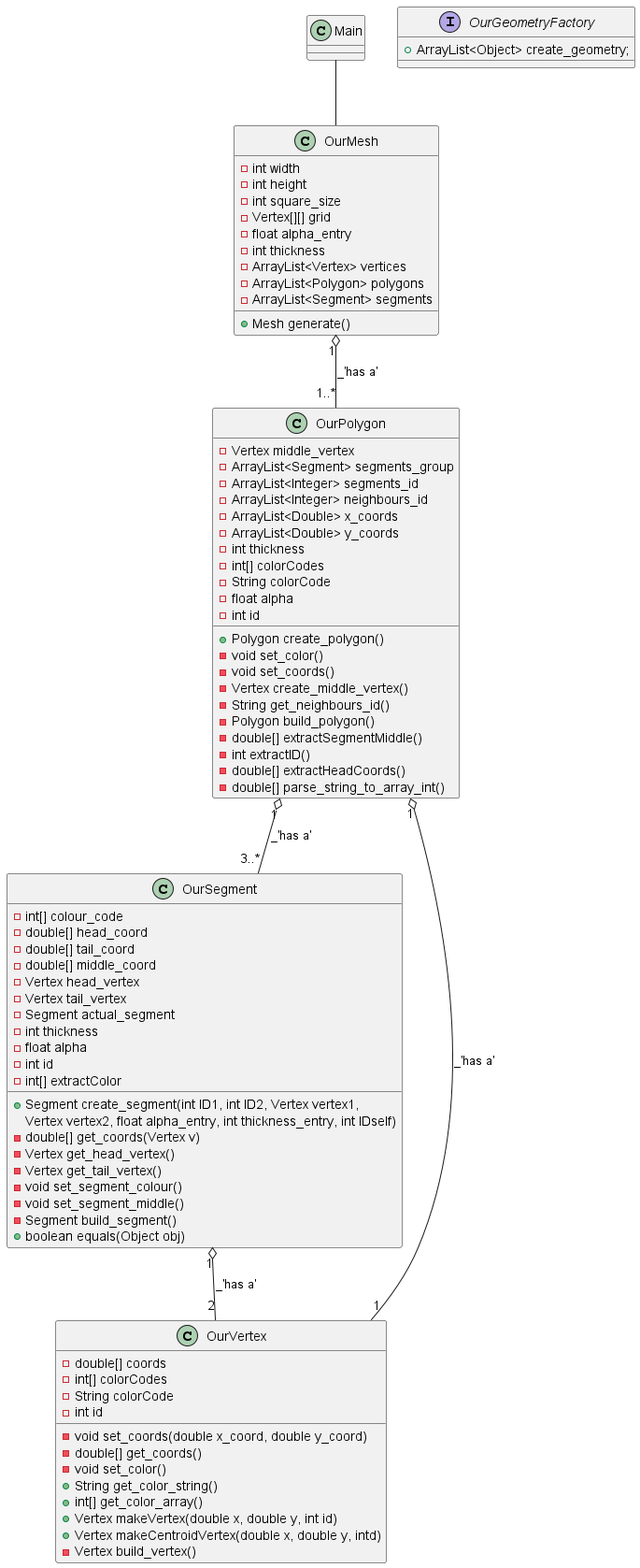
Earlier version of the PlantUML export class_diagrams/2generator.png (BaoGeist/Island-Mesh-Generation). Source of this version:
```plantuml
@startuml

class Main

class OurMesh {
    -int width
    -int height
    -int square_size
    -Vertex[][] grid
    -float alpha_entry
    -int thickness
    -ArrayList<Vertex> vertices
    -ArrayList<Polygon> polygons
    +Mesh generate()
    -ArrayList<Segment> segments
}
Main -- OurMesh

interface OurGeometryFactory {
    +ArrayList<Object> create_geometry;
}

class OurPolygon {
    -Vertex middle_vertex
    -ArrayList<Segment> segments_group
    -ArrayList<Integer> segments_id
    -ArrayList<Integer> neighbours_id
    -ArrayList<Double> x_coords
    -ArrayList<Double> y_coords
    -int thickness
    -int[] colorCodes
    -String colorCode
    -float alpha
    -int id
    +Polygon create_polygon()
    -void set_color()
    -void set_coords()
    -Vertex create_middle_vertex()
    -String get_neighbours_id()
    -Polygon build_polygon()
    -double[] extractSegmentMiddle()
    -int extractID()
    -double[] extractHeadCoords()
    -double[] parse_string_to_array_int()
}
OurMesh "1" o-- "1..*" OurPolygon: _'has a'

together{
    Class OurSegment {
        -int[] colour_code
        -double[] head_coord
        -double[] tail_coord
        -double[] middle_coord
        -Vertex head_vertex
        -Vertex tail_vertex
        -Segment actual_segment
        -int thickness
        -float alpha
        -int id
        +Segment create_segment(int ID1, int ID2, Vertex vertex1,
        Vertex vertex2, float alpha_entry, int thickness_entry, int IDself)
        -double[] get_coords(Vertex v)
        -Vertex get_head_vertex()
        -Vertex get_tail_vertex()
        -void set_segment_colour()
        -void set_segment_middle()
        -Segment build_segment()
        -int[] extractColor
        +boolean equals(Object obj)
    }
    OurPolygon "1" o-- "3..*" OurSegment: _'has a'
    OurPolygon "1" o-- "1" OurVertex: _'has a'

    class OurVertex {
        -double[] coords
        -int[] colorCodes
        -String colorCode
        -int id
        -void set_coords(double x_coord, double y_coord)
        -double[] get_coords()
        -void set_color()
        +String get_color_string()
        +int[] get_color_array()
        +Vertex makeVertex(double x, double y, int id)
        +Vertex makeCentroidVertex(double x, double y, intd)
        -Vertex build_vertex()
    }
    OurSegment "1" o-- "2" OurVertex: _'has a'
}



@enduml
```
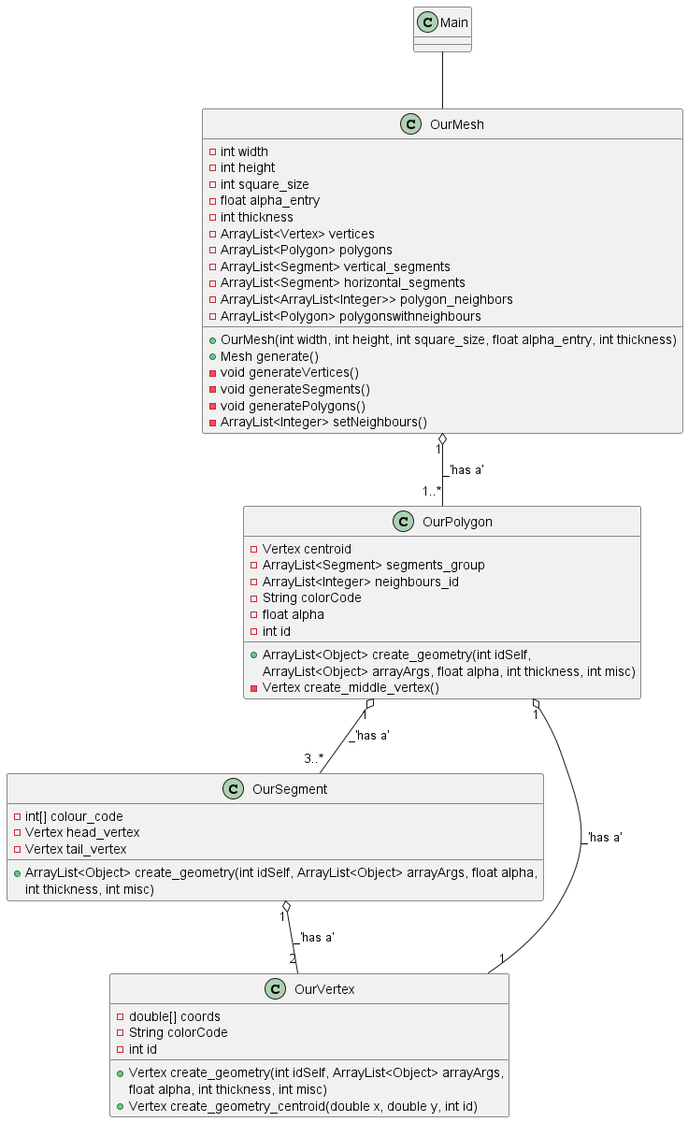
Above is the later version.

Commit message:
changes to UML diagram

The edit, as a diff of the source:
```diff
@@ -6,84 +6,54 @@
     -int width
     -int height
     -int square_size
-    -Vertex[][] grid
     -float alpha_entry
     -int thickness
     -ArrayList<Vertex> vertices
     -ArrayList<Polygon> polygons
+    -ArrayList<Segment> vertical_segments
+    -ArrayList<Segment> horizontal_segments
+    -ArrayList<ArrayList<Integer>> polygon_neighbors
+    -ArrayList<Polygon> polygonswithneighbours
+    +OurMesh(int width, int height, int square_size, float alpha_entry, int thickness)
     +Mesh generate()
-    -ArrayList<Segment> segments
+    -void generateVertices()
+    -void generateSegments()
+    -void generatePolygons()
+    -ArrayList<Integer> setNeighbours()
 }
 Main -- OurMesh
 
-interface OurGeometryFactory {
-    +ArrayList<Object> create_geometry;
-}
-
 class OurPolygon {
-    -Vertex middle_vertex
+    -Vertex centroid
     -ArrayList<Segment> segments_group
-    -ArrayList<Integer> segments_id
     -ArrayList<Integer> neighbours_id
-    -ArrayList<Double> x_coords
-    -ArrayList<Double> y_coords
-    -int thickness
-    -int[] colorCodes
     -String colorCode
     -float alpha
     -int id
-    +Polygon create_polygon()
-    -void set_color()
-    -void set_coords()
+    +ArrayList<Object> create_geometry(int idSelf,
+    ArrayList<Object> arrayArgs, float alpha, int thickness, int misc)
     -Vertex create_middle_vertex()
-    -String get_neighbours_id()
-    -Polygon build_polygon()
-    -double[] extractSegmentMiddle()
-    -int extractID()
-    -double[] extractHeadCoords()
-    -double[] parse_string_to_array_int()
 }
 OurMesh "1" o-- "1..*" OurPolygon: _'has a'
 
 together{
     Class OurSegment {
         -int[] colour_code
-        -double[] head_coord
-        -double[] tail_coord
-        -double[] middle_coord
         -Vertex head_vertex
         -Vertex tail_vertex
-        -Segment actual_segment
-        -int thickness
-        -float alpha
-        -int id
-        +Segment create_segment(int ID1, int ID2, Vertex vertex1,
-        Vertex vertex2, float alpha_entry, int thickness_entry, int IDself)
-        -double[] get_coords(Vertex v)
-        -Vertex get_head_vertex()
-        -Vertex get_tail_vertex()
-        -void set_segment_colour()
-        -void set_segment_middle()
-        -Segment build_segment()
-        -int[] extractColor
-        +boolean equals(Object obj)
+        +ArrayList<Object> create_geometry(int idSelf, ArrayList<Object> arrayArgs, float alpha,
+        int thickness, int misc)
     }
     OurPolygon "1" o-- "3..*" OurSegment: _'has a'
     OurPolygon "1" o-- "1" OurVertex: _'has a'
 
     class OurVertex {
         -double[] coords
-        -int[] colorCodes
         -String colorCode
         -int id
-        -void set_coords(double x_coord, double y_coord)
-        -double[] get_coords()
-        -void set_color()
-        +String get_color_string()
-        +int[] get_color_array()
-        +Vertex makeVertex(double x, double y, int id)
-        +Vertex makeCentroidVertex(double x, double y, intd)
-        -Vertex build_vertex()
+        +Vertex create_geometry(int idSelf, ArrayList<Object> arrayArgs,
+         float alpha, int thickness, int misc)
+        +Vertex create_geometry_centroid(double x, double y, int id)
     }
     OurSegment "1" o-- "2" OurVertex: _'has a'
 }
```
